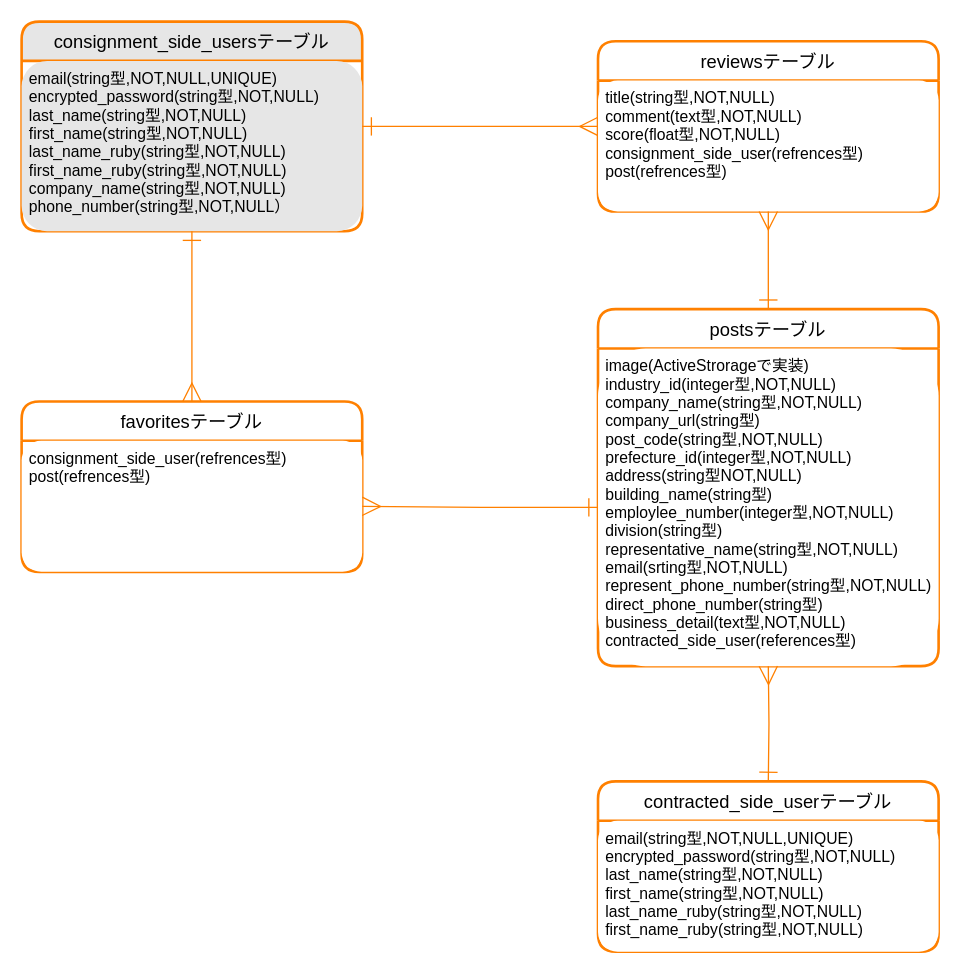
This is er_diagram.dio from hiroki1121/assistance_company, a draw.io file, before an edit. Source tidied: cells renumbered, new cells numbered last; positions are measured from the earlier drawing's top-left corner, leaving out a move shared by most shapes. Both pictures are drawn from the tidied source at 131%, with x=0, y=0 at pixel (21, 21).
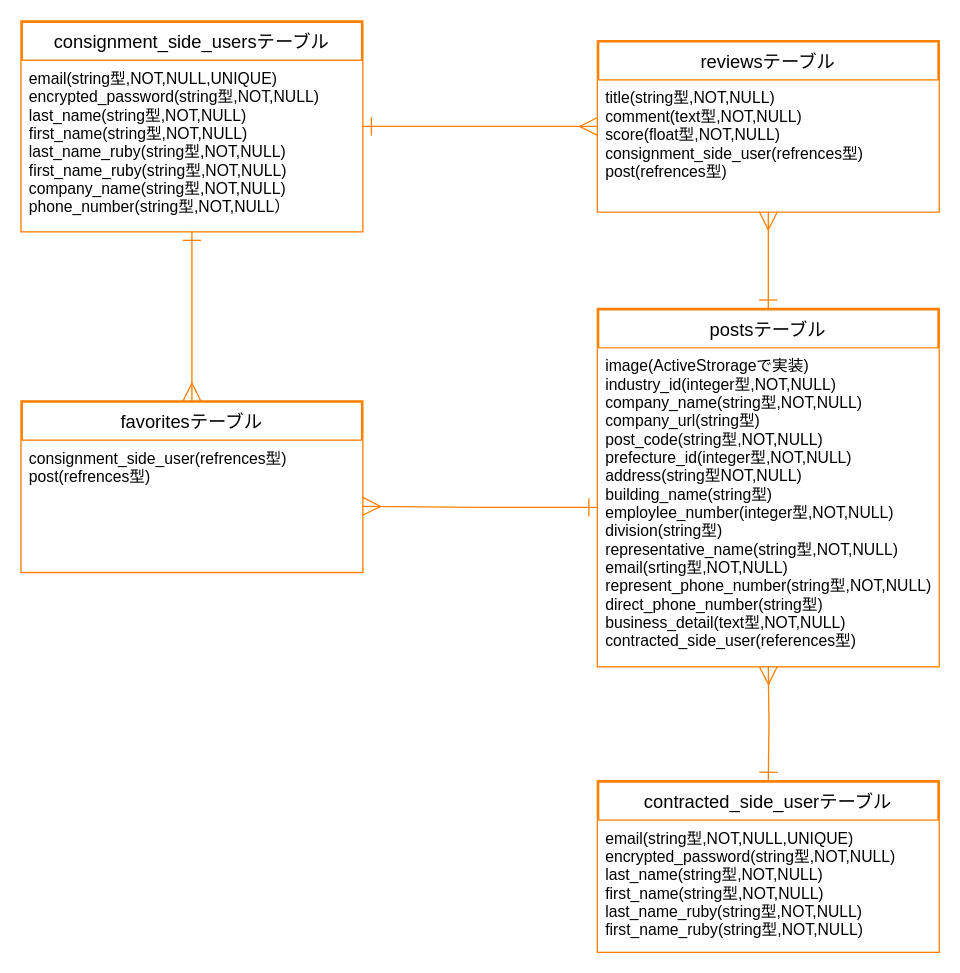
Above is the later version.

Commit message (it also covers changes not shown here):
ER図デザイン修正

The edit, as a diff of the source:
```diff
@@
 <mxGraphModel>
   <root>
     <mxCell id="0" />
     <mxCell id="1" parent="0" />
-    <mxCell id="2" value="consignment_side_usersテーブル" style="swimlane;horizontal=1;startSize=30;rounded=1;fontSize=14;fontStyle=0;strokeWidth=2;shadow=0;dashed=0;align=center;labelBackgroundColor=none;labelBorderColor=none;swimlaneFillColor=none;strokeColor=#FF8000;perimeterSpacing=0;swimlaneLine=1;sketch=0;glass=0;fontColor=#000000;fillColor=#E6E6E6;" parent="1" vertex="1">
+    <mxCell id="2" value="consignment_side_usersテーブル" style="swimlane;horizontal=1;startSize=30;rounded=0;fontSize=14;fontStyle=0;strokeWidth=2;shadow=0;dashed=0;align=center;labelBackgroundColor=none;labelBorderColor=none;swimlaneFillColor=none;strokeColor=#FF8000;perimeterSpacing=0;swimlaneLine=1;sketch=0;glass=0;fontColor=#000000;" parent="1" vertex="1">
       <mxGeometry width="260" height="160" as="geometry" />
     </mxCell>
-    <mxCell id="3" value="email(string型,NOT,NULL,UNIQUE)&#10;encrypted_password(string型,NOT,NULL)&#10;last_name(string型,NOT,NULL)&#10;first_name(string型,NOT,NULL)&#10;last_name_ruby(string型,NOT,NULL)&#10;first_name_ruby(string型,NOT,NULL)&#10;company_name(string型,NOT,NULL)&#10;phone_number(string型,NOT,NULL）" style="align=left;strokeColor=none;spacingLeft=4;fontSize=12;verticalAlign=top;fontColor=#000000;rounded=1;fillColor=#E6E6E6;" parent="2" vertex="1">
+    <mxCell id="3" value="email(string型,NOT,NULL,UNIQUE)&#10;encrypted_password(string型,NOT,NULL)&#10;last_name(string型,NOT,NULL)&#10;first_name(string型,NOT,NULL)&#10;last_name_ruby(string型,NOT,NULL)&#10;first_name_ruby(string型,NOT,NULL)&#10;company_name(string型,NOT,NULL)&#10;phone_number(string型,NOT,NULL）" style="align=left;strokeColor=none;spacingLeft=4;fontSize=12;verticalAlign=top;fontColor=#000000;rounded=0;" parent="2" vertex="1">
       <mxGeometry y="30" width="260" height="130" as="geometry" />
     </mxCell>
-    <mxCell id="4" value="contracted_side_userテーブル" style="swimlane;horizontal=1;startSize=30;rounded=1;fontSize=14;fontStyle=0;strokeWidth=2;shadow=0;dashed=0;align=center;labelBackgroundColor=none;fontColor=#000000;labelBorderColor=none;swimlaneFillColor=none;strokeColor=#FF8000;" parent="1" vertex="1">
+    <mxCell id="4" value="contracted_side_userテーブル" style="swimlane;horizontal=1;startSize=30;rounded=0;fontSize=14;fontStyle=0;strokeWidth=2;shadow=0;dashed=0;align=center;labelBackgroundColor=none;fontColor=#000000;labelBorderColor=none;swimlaneFillColor=none;strokeColor=#FF8000;" parent="1" vertex="1">
       <mxGeometry x="440" y="580" width="260" height="130" as="geometry" />
     </mxCell>
-    <mxCell id="5" value="email(string型,NOT,NULL,UNIQUE)&#10;encrypted_password(string型,NOT,NULL)&#10;last_name(string型,NOT,NULL)&#10;first_name(string型,NOT,NULL)&#10;last_name_ruby(string型,NOT,NULL)&#10;first_name_ruby(string型,NOT,NULL)" style="align=left;strokeColor=none;spacingLeft=4;fontSize=12;verticalAlign=top;fontColor=#000000;rounded=1;" parent="4" vertex="1">
+    <mxCell id="5" value="email(string型,NOT,NULL,UNIQUE)&#10;encrypted_password(string型,NOT,NULL)&#10;last_name(string型,NOT,NULL)&#10;first_name(string型,NOT,NULL)&#10;last_name_ruby(string型,NOT,NULL)&#10;first_name_ruby(string型,NOT,NULL)" style="align=left;strokeColor=none;spacingLeft=4;fontSize=12;verticalAlign=top;fontColor=#000000;rounded=0;" parent="4" vertex="1">
       <mxGeometry y="30" width="260" height="100" as="geometry" />
     </mxCell>
-    <mxCell id="6" value="postsテーブル" style="swimlane;horizontal=1;startSize=30;rounded=1;fontSize=14;fontStyle=0;strokeWidth=2;shadow=0;dashed=0;align=center;labelBackgroundColor=none;fontColor=#000000;labelBorderColor=none;swimlaneFillColor=none;strokeColor=#FF8000;" parent="1" vertex="1">
+    <mxCell id="6" value="postsテーブル" style="swimlane;horizontal=1;startSize=30;rounded=0;fontSize=14;fontStyle=0;strokeWidth=2;shadow=0;dashed=0;align=center;labelBackgroundColor=none;fontColor=#000000;labelBorderColor=none;swimlaneFillColor=none;strokeColor=#FF8000;" parent="1" vertex="1">
       <mxGeometry x="440" y="219.5" width="260" height="272.5" as="geometry" />
     </mxCell>
-    <mxCell id="7" value="image(ActiveStrorageで実装)&#10;industry_id(integer型,NOT,NULL)&#10;company_name(string型,NOT,NULL)&#10;company_url(string型)&#10;post_code(string型,NOT,NULL)&#10;prefecture_id(integer型,NOT,NULL)&#10;address(string型NOT,NULL)&#10;building_name(string型)&#10;employlee_number(integer型,NOT,NULL)&#10;division(string型)&#10;representative_name(string型,NOT,NULL)&#10;email(srting型,NOT,NULL)&#10;represent_phone_number(string型,NOT,NULL)&#10;direct_phone_number(string型)&#10;business_detail(text型,NOT,NULL)&#10;contracted_side_user(references型)" style="align=left;strokeColor=none;spacingLeft=4;fontSize=12;verticalAlign=top;fontColor=#000000;rounded=1;" parent="6" vertex="1">
+    <mxCell id="7" value="image(ActiveStrorageで実装)&#10;industry_id(integer型,NOT,NULL)&#10;company_name(string型,NOT,NULL)&#10;company_url(string型)&#10;post_code(string型,NOT,NULL)&#10;prefecture_id(integer型,NOT,NULL)&#10;address(string型NOT,NULL)&#10;building_name(string型)&#10;employlee_number(integer型,NOT,NULL)&#10;division(string型)&#10;representative_name(string型,NOT,NULL)&#10;email(srting型,NOT,NULL)&#10;represent_phone_number(string型,NOT,NULL)&#10;direct_phone_number(string型)&#10;business_detail(text型,NOT,NULL)&#10;contracted_side_user(references型)" style="align=left;strokeColor=none;spacingLeft=4;fontSize=12;verticalAlign=top;fontColor=#000000;rounded=0;" parent="6" vertex="1">
       <mxGeometry y="30" width="260" height="242.5" as="geometry" />
     </mxCell>
-    <mxCell id="8" value="favoritesテーブル" style="swimlane;horizontal=1;startSize=30;rounded=1;fontSize=14;fontStyle=0;strokeWidth=2;shadow=0;dashed=0;align=center;labelBackgroundColor=none;fontColor=#000000;labelBorderColor=none;swimlaneFillColor=none;strokeColor=#FF8000;" parent="1" vertex="1">
+    <mxCell id="8" value="favoritesテーブル" style="swimlane;horizontal=1;startSize=30;rounded=0;fontSize=14;fontStyle=0;strokeWidth=2;shadow=0;dashed=0;align=center;labelBackgroundColor=none;fontColor=#000000;labelBorderColor=none;swimlaneFillColor=none;strokeColor=#FF8000;" parent="1" vertex="1">
       <mxGeometry y="290" width="260" height="130" as="geometry" />
     </mxCell>
-    <mxCell id="9" value="consignment_side_user(refrences型)&#10;post(refrences型)" style="align=left;strokeColor=none;spacingLeft=4;fontSize=12;verticalAlign=top;fontColor=#000000;rounded=1;glass=0;shadow=0;sketch=0;" parent="8" vertex="1">
+    <mxCell id="9" value="consignment_side_user(refrences型)&#10;post(refrences型)" style="align=left;strokeColor=none;spacingLeft=4;fontSize=12;verticalAlign=top;fontColor=#000000;rounded=0;glass=0;shadow=0;sketch=0;" parent="8" vertex="1">
       <mxGeometry y="30" width="260" height="100" as="geometry" />
     </mxCell>
     <mxCell id="10" style="edgeStyle=orthogonalEdgeStyle;rounded=0;jettySize=auto;html=1;exitX=0.5;exitY=1;exitDx=0;exitDy=0;entryX=0.5;entryY=0;entryDx=0;entryDy=0;fontColor=#000000;endArrow=ERmany;endFill=0;startArrow=ERone;startFill=0;strokeWidth=1;endSize=12;startSize=12;strokeColor=#FF8000;" parent="1" edge="1" source="3" target="8">
       <mxGeometry relative="1" as="geometry" />
     </mxCell>
     <mxCell id="11" style="edgeStyle=orthogonalEdgeStyle;rounded=0;jettySize=auto;html=1;startArrow=ERone;startFill=0;startSize=12;endArrow=ERmany;endFill=0;endSize=12;strokeWidth=1;fontColor=#000000;strokeColor=#FF8000;" parent="1" edge="1" source="7">
       <mxGeometry relative="1" as="geometry">
         <mxPoint x="260" y="370" as="targetPoint" />
       </mxGeometry>
     </mxCell>
     <mxCell id="12" style="edgeStyle=orthogonalEdgeStyle;rounded=0;jettySize=auto;html=1;endSize=12;startSize=12;endArrow=ERmany;endFill=0;startArrow=ERone;startFill=0;strokeColor=#FF8000;" parent="1" edge="1" target="7">
       <mxGeometry relative="1" as="geometry">
         <mxPoint x="570" y="580" as="sourcePoint" />
       </mxGeometry>
     </mxCell>
     <mxCell id="13" style="edgeStyle=orthogonalEdgeStyle;rounded=0;jettySize=auto;html=1;startArrow=ERone;startFill=0;startSize=12;endArrow=ERmany;endFill=0;endSize=12;exitX=1;exitY=0.5;exitDx=0;exitDy=0;strokeColor=#FF8000;" parent="1" edge="1" source="2" target="14">
       <mxGeometry relative="1" as="geometry" />
     </mxCell>
-    <mxCell id="14" value="reviewsテーブル" style="swimlane;horizontal=1;startSize=30;rounded=1;fontSize=14;fontStyle=0;strokeWidth=2;shadow=0;dashed=0;align=center;labelBackgroundColor=none;fontColor=#000000;labelBorderColor=none;swimlaneFillColor=none;strokeColor=#FF8000;" parent="1" vertex="1">
+    <mxCell id="14" value="reviewsテーブル" style="swimlane;horizontal=1;startSize=30;rounded=0;fontSize=14;fontStyle=0;strokeWidth=2;shadow=0;dashed=0;align=center;labelBackgroundColor=none;fontColor=#000000;labelBorderColor=none;swimlaneFillColor=none;strokeColor=#FF8000;" parent="1" vertex="1">
       <mxGeometry x="440" y="15" width="260" height="130" as="geometry" />
     </mxCell>
-    <mxCell id="15" value="title(string型,NOT,NULL)&#10;comment(text型,NOT,NULL)&#10;score(float型,NOT,NULL)&#10;consignment_side_user(refrences型)&#10;post(refrences型)" style="align=left;strokeColor=none;spacingLeft=4;fontSize=12;verticalAlign=top;fontColor=#000000;rounded=1;" parent="14" vertex="1">
+    <mxCell id="15" value="title(string型,NOT,NULL)&#10;comment(text型,NOT,NULL)&#10;score(float型,NOT,NULL)&#10;consignment_side_user(refrences型)&#10;post(refrences型)" style="align=left;strokeColor=none;spacingLeft=4;fontSize=12;verticalAlign=top;fontColor=#000000;rounded=0;" parent="14" vertex="1">
       <mxGeometry y="30" width="260" height="100" as="geometry" />
     </mxCell>
     <mxCell id="16" style="align=left;strokeColor=none;spacingLeft=4;fontSize=12;verticalAlign=top;fillColor=#FFFFFF;fontColor=#000000;" parent="14" vertex="1">
       <mxGeometry y="130" width="260" as="geometry" />
     </mxCell>
     <mxCell id="17" style="edgeStyle=orthogonalEdgeStyle;rounded=0;jettySize=auto;html=1;startArrow=ERone;startFill=0;startSize=12;endArrow=ERmany;endFill=0;endSize=12;exitX=0.5;exitY=0;exitDx=0;exitDy=0;strokeColor=#FF8000;" parent="1" edge="1" source="6" target="15">
       <mxGeometry relative="1" as="geometry" />
     </mxCell>
   </root>
 </mxGraphModel>
```
